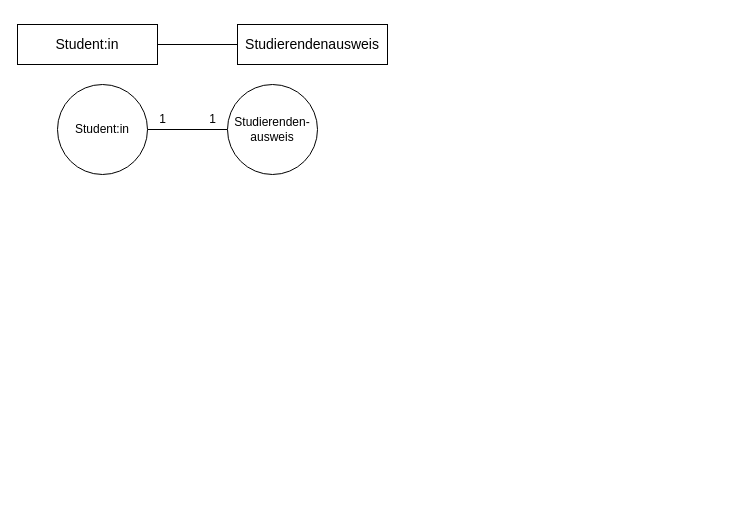
Above: SoSy-DB-EA1.2.drawio in KathBerg/diagram-construction-site (draw.io), before the change. Source tidied: cells renumbered, new cells numbered last; positions are measured from the earlier drawing's top-left corner, leaving out a move shared by most shapes. Both pictures are drawn from the tidied source at 100%, with x=0, y=0 at pixel (17, 24).
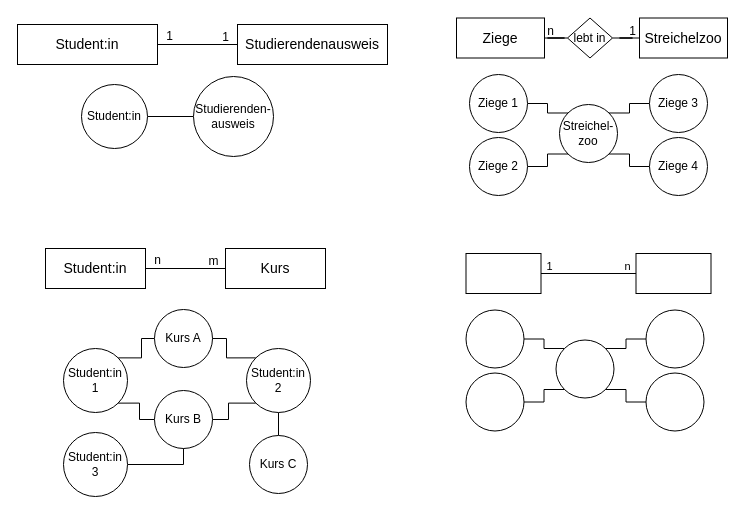
Above is the later version.

The edit, as a diff of the source:
```diff
@@
     <mxCell id="6" value="Student:in" style="ellipse;whiteSpace=wrap;html=1;align=center;fontStyle=0;" parent="1" vertex="1">
-      <mxGeometry x="40" y="60" width="90" height="90" as="geometry" />
+      <mxGeometry x="64" y="60" width="66" height="64" as="geometry" />
     </mxCell>
     <mxCell id="7" value="&lt;span style=&quot;font-size: 12px;&quot;&gt;Studierenden-ausweis&lt;/span&gt;" style="ellipse;whiteSpace=wrap;html=1;align=center;fontStyle=0;fontSize=12;" parent="1" vertex="1">
-      <mxGeometry x="210" y="60" width="90" height="90" as="geometry" />
+      <mxGeometry x="176" y="52" width="80" height="80" as="geometry" />
     </mxCell>
-    <mxCell id="8" value="1" style="text;html=1;align=center;verticalAlign=middle;strokeColor=none;fillColor=none;" parent="1" vertex="1">
-      <mxGeometry x="130" y="80" width="30" height="30" as="geometry" />
-    </mxCell>
-    <mxCell id="9" value="1" style="text;html=1;align=center;verticalAlign=middle;strokeColor=none;fillColor=none;" parent="1" vertex="1">
-      <mxGeometry x="180" y="80" width="30" height="30" as="geometry" />
-    </mxCell>
+    <mxCell id="10" style="edgeStyle=orthogonalEdgeStyle;rounded=0;jettySize=auto;html=1;endArrow=none;endFill=0;entryX=0;entryY=0;entryDx=0;entryDy=0;" parent="1" edge="1" source="11" target="12">
+      <mxGeometry relative="1" as="geometry" />
+    </mxCell>
+    <mxCell id="11" value="Ziege 1" style="ellipse;whiteSpace=wrap;html=1;align=center;fontStyle=0;" parent="1" vertex="1">
+      <mxGeometry x="452" y="50" width="58" height="58" as="geometry" />
+    </mxCell>
+    <mxCell id="12" value="&lt;span style=&quot;font-size: 12px;&quot;&gt;Streichel-zoo&lt;/span&gt;" style="ellipse;whiteSpace=wrap;html=1;align=center;fontStyle=0;fontSize=12;" parent="1" vertex="1">
+      <mxGeometry x="542" y="80" width="58" height="58" as="geometry" />
+    </mxCell>
+    <mxCell id="13" value="1" style="text;html=1;align=center;verticalAlign=middle;strokeColor=none;fillColor=none;" parent="1" vertex="1">
+      <mxGeometry x="139" y="-1" width="25" height="26" as="geometry" />
+    </mxCell>
+    <mxCell id="14" value="1" style="text;html=1;align=center;verticalAlign=middle;strokeColor=none;fillColor=none;" parent="1" vertex="1">
+      <mxGeometry x="195" width="25" height="26" as="geometry" />
+    </mxCell>
+    <mxCell id="15" value="Ziege" style="whiteSpace=wrap;html=1;align=center;fontSize=14;" parent="1" vertex="1">
+      <mxGeometry x="439" y="-6.5" width="88" height="40" as="geometry" />
+    </mxCell>
+    <mxCell id="16" value="n" style="text;html=1;align=center;verticalAlign=middle;strokeColor=none;fillColor=none;" parent="1" vertex="1">
+      <mxGeometry x="520" y="-6.5" width="25" height="26" as="geometry" />
+    </mxCell>
+    <mxCell id="17" value="1" style="text;html=1;align=center;verticalAlign=middle;strokeColor=none;fillColor=none;" parent="1" vertex="1">
+      <mxGeometry x="602" y="-6.5" width="25" height="26" as="geometry" />
+    </mxCell>
+    <mxCell id="18" value="Streichelzoo" style="whiteSpace=wrap;html=1;align=center;fontSize=14;" parent="1" vertex="1">
+      <mxGeometry x="622" y="-6.5" width="88" height="40" as="geometry" />
+    </mxCell>
+    <mxCell id="19" style="edgeStyle=orthogonalEdgeStyle;rounded=0;jettySize=auto;html=1;entryX=0;entryY=1;entryDx=0;entryDy=0;endArrow=none;endFill=0;" parent="1" edge="1" source="20" target="12">
+      <mxGeometry relative="1" as="geometry" />
+    </mxCell>
+    <mxCell id="20" value="Ziege&amp;nbsp;2" style="ellipse;whiteSpace=wrap;html=1;align=center;fontStyle=0;" parent="1" vertex="1">
+      <mxGeometry x="452" y="113" width="58" height="58" as="geometry" />
+    </mxCell>
+    <mxCell id="21" style="edgeStyle=orthogonalEdgeStyle;rounded=0;jettySize=auto;html=1;entryX=1;entryY=0;entryDx=0;entryDy=0;endArrow=none;endFill=0;" parent="1" edge="1" source="22" target="12">
+      <mxGeometry relative="1" as="geometry" />
+    </mxCell>
+    <mxCell id="22" value="Ziege&amp;nbsp;3" style="ellipse;whiteSpace=wrap;html=1;align=center;fontStyle=0;" parent="1" vertex="1">
+      <mxGeometry x="632" y="50" width="58" height="58" as="geometry" />
+    </mxCell>
+    <mxCell id="23" style="edgeStyle=orthogonalEdgeStyle;rounded=0;jettySize=auto;html=1;entryX=1;entryY=1;entryDx=0;entryDy=0;endArrow=none;endFill=0;" parent="1" edge="1" source="24" target="12">
+      <mxGeometry relative="1" as="geometry" />
+    </mxCell>
+    <mxCell id="24" value="Ziege&amp;nbsp;4" style="ellipse;whiteSpace=wrap;html=1;align=center;fontStyle=0;" parent="1" vertex="1">
+      <mxGeometry x="632" y="113" width="58" height="58" as="geometry" />
+    </mxCell>
+    <mxCell id="25" style="edgeStyle=orthogonalEdgeStyle;rounded=0;jettySize=auto;html=1;endArrow=none;endFill=0;" parent="1" edge="1" source="27" target="18">
+      <mxGeometry relative="1" as="geometry" />
+    </mxCell>
+    <mxCell id="26" style="edgeStyle=orthogonalEdgeStyle;rounded=0;jettySize=auto;html=1;endArrow=none;endFill=0;" parent="1" edge="1" source="27" target="15">
+      <mxGeometry relative="1" as="geometry" />
+    </mxCell>
+    <mxCell id="27" value="lebt in" style="shape=rhombus;perimeter=rhombusPerimeter;whiteSpace=wrap;html=1;align=center;" parent="1" vertex="1">
+      <mxGeometry x="550" y="-6.5" width="45" height="40" as="geometry" />
+    </mxCell>
+    <mxCell id="28" style="edgeStyle=orthogonalEdgeStyle;rounded=0;jettySize=auto;html=1;endArrow=none;endFill=0;" parent="1" edge="1" source="29" target="30">
+      <mxGeometry relative="1" as="geometry" />
+    </mxCell>
+    <mxCell id="29" value="Student:in" style="whiteSpace=wrap;html=1;align=center;fontSize=14;" parent="1" vertex="1">
+      <mxGeometry x="28" y="224" width="100" height="40" as="geometry" />
+    </mxCell>
+    <mxCell id="30" value="Kurs" style="whiteSpace=wrap;html=1;align=center;fontSize=14;" parent="1" vertex="1">
+      <mxGeometry x="208" y="224" width="100" height="40" as="geometry" />
+    </mxCell>
+    <mxCell id="31" value="n" style="text;html=1;align=center;verticalAlign=middle;strokeColor=none;fillColor=none;" parent="1" vertex="1">
+      <mxGeometry x="127" y="223" width="25" height="26" as="geometry" />
+    </mxCell>
+    <mxCell id="32" value="m" style="text;html=1;align=center;verticalAlign=middle;strokeColor=none;fillColor=none;" parent="1" vertex="1">
+      <mxGeometry x="182" y="224" width="28" height="26" as="geometry" />
+    </mxCell>
+    <mxCell id="33" style="edgeStyle=orthogonalEdgeStyle;rounded=0;jettySize=auto;html=1;strokeColor=default;align=center;verticalAlign=middle;fontFamily=Helvetica;fontSize=11;fontColor=default;labelBackgroundColor=default;endArrow=none;endFill=0;exitX=1;exitY=0;exitDx=0;exitDy=0;" parent="1" edge="1" source="34" target="35">
+      <mxGeometry relative="1" as="geometry">
+        <Array as="points">
+          <mxPoint x="124" y="333" />
+          <mxPoint x="124" y="314" />
+        </Array>
+      </mxGeometry>
+    </mxCell>
+    <mxCell id="34" value="Student:in 1" style="ellipse;whiteSpace=wrap;html=1;align=center;fontStyle=0;" parent="1" vertex="1">
+      <mxGeometry x="46" y="324" width="64" height="64" as="geometry" />
+    </mxCell>
+    <mxCell id="35" value="&lt;span style=&quot;font-size: 12px;&quot;&gt;Kurs A&lt;/span&gt;" style="ellipse;whiteSpace=wrap;html=1;align=center;fontStyle=0;fontSize=12;" parent="1" vertex="1">
+      <mxGeometry x="137" y="285" width="58" height="58" as="geometry" />
+    </mxCell>
+    <mxCell id="36" style="edgeStyle=orthogonalEdgeStyle;rounded=0;jettySize=auto;html=1;endArrow=none;endFill=0;exitX=0;exitY=0;exitDx=0;exitDy=0;" parent="1" edge="1" source="42" target="35">
+      <mxGeometry relative="1" as="geometry" />
+    </mxCell>
+    <mxCell id="37" style="edgeStyle=orthogonalEdgeStyle;rounded=0;jettySize=auto;html=1;endArrow=none;endFill=0;entryX=1;entryY=1;entryDx=0;entryDy=0;exitX=0;exitY=0.5;exitDx=0;exitDy=0;" parent="1" edge="1" source="39" target="34">
+      <mxGeometry relative="1" as="geometry">
+        <Array as="points">
+          <mxPoint x="122" y="395" />
+          <mxPoint x="122" y="379" />
+        </Array>
+      </mxGeometry>
+    </mxCell>
+    <mxCell id="38" style="edgeStyle=orthogonalEdgeStyle;rounded=0;jettySize=auto;html=1;endArrow=none;endFill=0;entryX=0;entryY=1;entryDx=0;entryDy=0;" parent="1" edge="1" source="39" target="42">
+      <mxGeometry relative="1" as="geometry">
+        <Array as="points">
+          <mxPoint x="211" y="395" />
+          <mxPoint x="211" y="379" />
+        </Array>
+      </mxGeometry>
+    </mxCell>
+    <mxCell id="39" value="&lt;span style=&quot;font-size: 12px;&quot;&gt;Kurs B&lt;/span&gt;" style="ellipse;whiteSpace=wrap;html=1;align=center;fontStyle=0;fontSize=12;" parent="1" vertex="1">
+      <mxGeometry x="137" y="366" width="58" height="58" as="geometry" />
+    </mxCell>
+    <mxCell id="40" style="edgeStyle=orthogonalEdgeStyle;rounded=0;jettySize=auto;html=1;endArrow=none;endFill=0;" parent="1" edge="1" source="41" target="42">
+      <mxGeometry relative="1" as="geometry" />
+    </mxCell>
+    <mxCell id="41" value="&lt;span style=&quot;font-size: 12px;&quot;&gt;Kurs C&lt;/span&gt;" style="ellipse;whiteSpace=wrap;html=1;align=center;fontStyle=0;fontSize=12;" parent="1" vertex="1">
+      <mxGeometry x="232" y="411" width="58" height="58" as="geometry" />
+    </mxCell>
+    <mxCell id="42" value="Student:in&lt;div&gt;2&lt;/div&gt;" style="ellipse;whiteSpace=wrap;html=1;align=center;fontStyle=0;" parent="1" vertex="1">
+      <mxGeometry x="229" y="324" width="64" height="64" as="geometry" />
+    </mxCell>
+    <mxCell id="43" style="edgeStyle=orthogonalEdgeStyle;rounded=0;jettySize=auto;html=1;entryX=0.5;entryY=1;entryDx=0;entryDy=0;strokeColor=default;align=center;verticalAlign=middle;fontFamily=Helvetica;fontSize=11;fontColor=default;labelBackgroundColor=default;endArrow=none;endFill=0;" parent="1" edge="1" source="44" target="39">
+      <mxGeometry relative="1" as="geometry">
+        <Array as="points">
+          <mxPoint x="166" y="440" />
+        </Array>
+      </mxGeometry>
+    </mxCell>
+    <mxCell id="44" value="Student:in 3" style="ellipse;whiteSpace=wrap;html=1;align=center;fontStyle=0;" parent="1" vertex="1">
+      <mxGeometry x="46" y="408" width="64" height="64" as="geometry" />
+    </mxCell>
+    <mxCell id="45" style="edgeStyle=orthogonalEdgeStyle;rounded=0;jettySize=auto;html=1;endArrow=none;endFill=0;entryX=0;entryY=0;entryDx=0;entryDy=0;" parent="1" edge="1" source="46" target="47">
+      <mxGeometry relative="1" as="geometry" />
+    </mxCell>
+    <mxCell id="46" style="ellipse;whiteSpace=wrap;html=1;align=center;fontStyle=0;" parent="1" vertex="1">
+      <mxGeometry x="448.5" y="285.5" width="58" height="58" as="geometry" />
+    </mxCell>
+    <mxCell id="47" style="ellipse;whiteSpace=wrap;html=1;align=center;fontStyle=0;fontSize=12;" parent="1" vertex="1">
+      <mxGeometry x="538.5" y="315.5" width="58" height="58" as="geometry" />
+    </mxCell>
+    <mxCell id="48" style="edgeStyle=orthogonalEdgeStyle;rounded=0;jettySize=auto;html=1;strokeColor=default;align=center;verticalAlign=middle;fontFamily=Helvetica;fontSize=11;fontColor=default;labelBackgroundColor=default;endArrow=none;endFill=0;" parent="1" edge="1" source="49" target="50">
+      <mxGeometry relative="1" as="geometry" />
+    </mxCell>
+    <mxCell id="49" style="whiteSpace=wrap;html=1;align=center;fontSize=14;" parent="1" vertex="1">
+      <mxGeometry x="448.5" y="229" width="75" height="40" as="geometry" />
+    </mxCell>
+    <mxCell id="50" style="whiteSpace=wrap;html=1;align=center;fontSize=14;" parent="1" vertex="1">
+      <mxGeometry x="618.5" y="229" width="75" height="40" as="geometry" />
+    </mxCell>
+    <mxCell id="51" style="edgeStyle=orthogonalEdgeStyle;rounded=0;jettySize=auto;html=1;entryX=0;entryY=1;entryDx=0;entryDy=0;endArrow=none;endFill=0;" parent="1" edge="1" source="52" target="47">
+      <mxGeometry relative="1" as="geometry" />
+    </mxCell>
+    <mxCell id="52" style="ellipse;whiteSpace=wrap;html=1;align=center;fontStyle=0;" parent="1" vertex="1">
+      <mxGeometry x="448.5" y="348.5" width="58" height="58" as="geometry" />
+    </mxCell>
+    <mxCell id="53" style="edgeStyle=orthogonalEdgeStyle;rounded=0;jettySize=auto;html=1;entryX=1;entryY=0;entryDx=0;entryDy=0;endArrow=none;endFill=0;" parent="1" edge="1" source="54" target="47">
+      <mxGeometry relative="1" as="geometry" />
+    </mxCell>
+    <mxCell id="54" style="ellipse;whiteSpace=wrap;html=1;align=center;fontStyle=0;" parent="1" vertex="1">
+      <mxGeometry x="628.5" y="285.5" width="58" height="58" as="geometry" />
+    </mxCell>
+    <mxCell id="55" style="edgeStyle=orthogonalEdgeStyle;rounded=0;jettySize=auto;html=1;entryX=1;entryY=1;entryDx=0;entryDy=0;endArrow=none;endFill=0;" parent="1" edge="1" source="56" target="47">
+      <mxGeometry relative="1" as="geometry" />
+    </mxCell>
+    <mxCell id="56" style="ellipse;whiteSpace=wrap;html=1;align=center;fontStyle=0;" parent="1" vertex="1">
+      <mxGeometry x="628.5" y="348.5" width="58" height="58" as="geometry" />
+    </mxCell>
+    <mxCell id="57" value="1" style="text;html=1;align=center;verticalAlign=middle;strokeColor=none;fillColor=none;fontFamily=Helvetica;fontSize=11;fontColor=default;labelBackgroundColor=none;" parent="1" vertex="1">
+      <mxGeometry x="520" y="229" width="24" height="25" as="geometry" />
+    </mxCell>
+    <mxCell id="58" value="n" style="text;html=1;align=center;verticalAlign=middle;strokeColor=none;fillColor=none;fontFamily=Helvetica;fontSize=11;fontColor=default;labelBackgroundColor=none;" parent="1" vertex="1">
+      <mxGeometry x="598" y="229" width="24" height="25" as="geometry" />
+    </mxCell>
```
